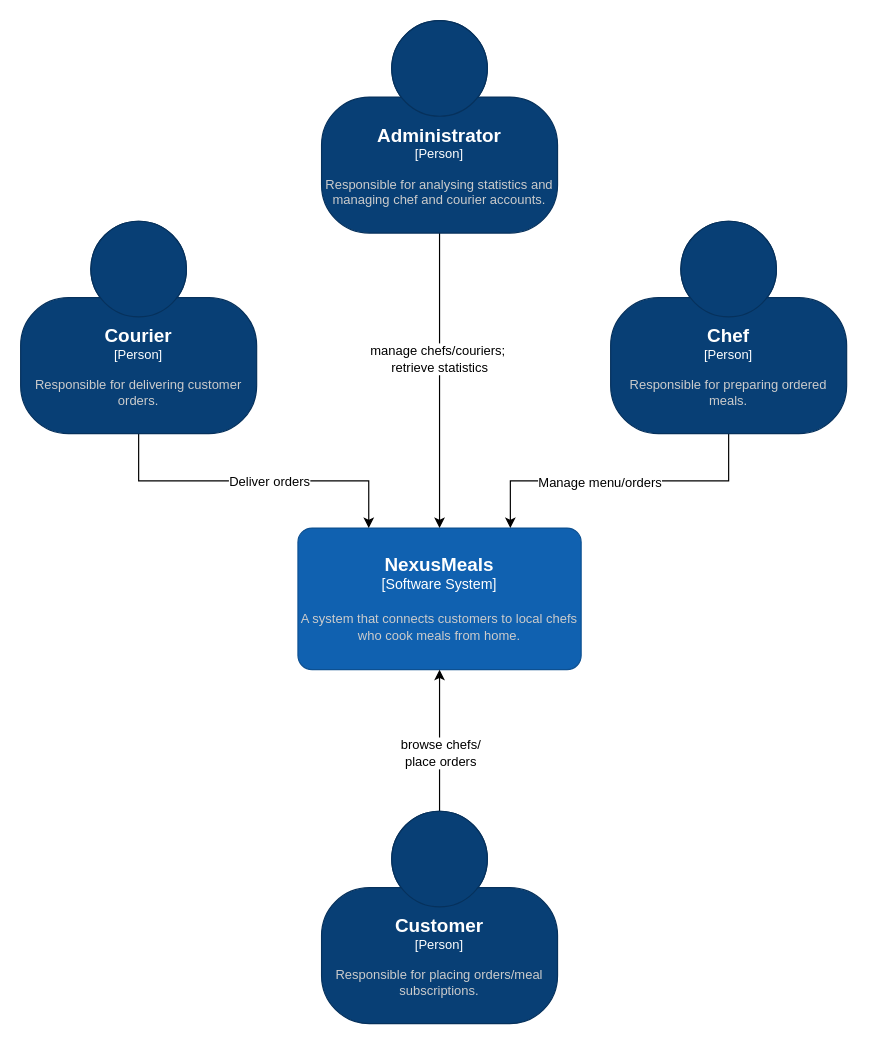
Before: page "C1" (1 of 18) of system-context.drawio in poolziee/NexusMeals-Docs, a draw.io diagram. Source tidied: cells renumbered, new cells numbered last; positions are measured from the earlier drawing's top-left corner, leaving out a move shared by most shapes. Both pictures are drawn from the tidied source at 118%, with x=0, y=0 at pixel (20, 20).
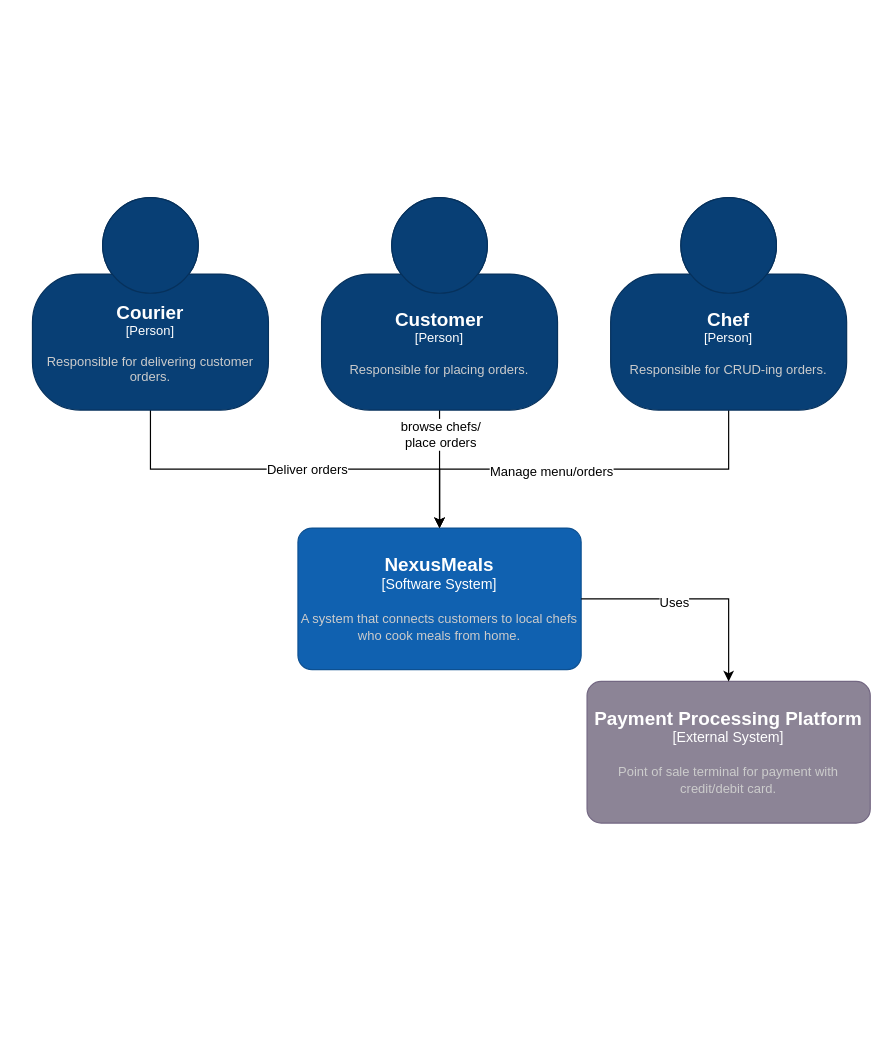
The same diagram, later.

Commit message (it also covers changes not shown here):
Add complete workflow over C2.

Unchanged cells that the change refers to:
```xml
<object id="2" label="&lt;font style=&quot;font-size: 16px&quot;&gt;&lt;b&gt;%c4Name%&lt;/b&gt;&lt;/font&gt;&lt;div&gt;[%c4Type%]&lt;/div&gt;&lt;br&gt;&lt;div&gt;&lt;font style=&quot;font-size: 11px&quot;&gt;&lt;font color=&quot;#cccccc&quot;&gt;%c4Description%&lt;/font&gt;&lt;/div&gt;" c4Description="A system that connects customers to local chefs who cook meals from home." c4Name="NexusMeals" c4Type="Software System" placeholders="1">
  <mxCell style="rounded=1;whiteSpace=wrap;html=1;labelBackgroundColor=none;fillColor=#1061B0;fontColor=#ffffff;align=center;arcSize=10;strokeColor=#0D5091;points=[[0.25,0,0],[0.5,0,0],[0.75,0,0],[1,0.25,0],[1,0.5,0],[1,0.75,0],[0.75,1,0],[0.5,1,0],[0.25,1,0],[0,0.75,0],[0,0.5,0],[0,0.25,0]];" parent="1" vertex="1">
    <mxGeometry x="235" y="430" width="240" height="120" as="geometry" />
  </mxCell>
</object>
```

What changed in the source:
```diff
@@
-    <mxCell id="3" style="edgeStyle=orthogonalEdgeStyle;rounded=0;jettySize=auto;html=1;exitX=0.5;exitY=0;exitDx=0;exitDy=0;exitPerimeter=0;entryX=0.5;entryY=1;entryDx=0;entryDy=0;entryPerimeter=0;" parent="1" edge="1" source="5" target="2">
+    <mxCell id="3" style="edgeStyle=orthogonalEdgeStyle;rounded=0;jettySize=auto;html=1;exitX=0.5;exitY=1;exitDx=0;exitDy=0;exitPerimeter=0;entryX=0.5;entryY=0;entryDx=0;entryDy=0;entryPerimeter=0;" parent="1" edge="1" source="5" target="2">
       <mxGeometry relative="1" as="geometry" />
     </mxCell>
     <mxCell id="4" value="browse chefs/&lt;br&gt;place orders" style="edgeLabel;html=1;align=center;verticalAlign=middle;" parent="3" vertex="1">
       <mxGeometry x="0.25" relative="1" as="geometry">
-        <mxPoint y="25" as="offset" />
+        <mxPoint y="-43" as="offset" />
       </mxGeometry>
     </mxCell>
-    <object id="5" label="&lt;font style=&quot;font-size: 16px&quot;&gt;&lt;b&gt;%c4Name%&lt;/b&gt;&lt;/font&gt;&lt;div&gt;[%c4Type%]&lt;/div&gt;&lt;br&gt;&lt;div&gt;&lt;font style=&quot;font-size: 11px&quot;&gt;&lt;font color=&quot;#cccccc&quot;&gt;%c4Description%&lt;/font&gt;&lt;/div&gt;" c4Description="Responsible for placing orders/meal subscriptions." c4Name="Customer" c4Type="Person" placeholders="1">
+    <object id="5" label="&lt;font style=&quot;font-size: 16px&quot;&gt;&lt;b&gt;%c4Name%&lt;/b&gt;&lt;/font&gt;&lt;div&gt;[%c4Type%]&lt;/div&gt;&lt;br&gt;&lt;div&gt;&lt;font style=&quot;font-size: 11px&quot;&gt;&lt;font color=&quot;#cccccc&quot;&gt;%c4Description%&lt;/font&gt;&lt;/div&gt;" c4Description="Responsible for placing orders." c4Name="Customer" c4Type="Person" placeholders="1">
       <mxCell style="html=1;fontSize=11;dashed=0;whiteSpace=wrap;fillColor=#083F75;strokeColor=#06315C;fontColor=#ffffff;shape=mxgraph.c4.person2;align=center;points=[[0.5,0,0],[1,0.5,0],[1,0.75,0],[0.75,1,0],[0.5,1,0],[0.25,1,0],[0,0.75,0],[0,0.5,0]];rounded=1;" parent="1" vertex="1">
-        <mxGeometry x="255" y="670" width="200" height="180" as="geometry" />
+        <mxGeometry x="255" y="150" width="200" height="180" as="geometry" />
       </mxCell>
     </object>
-    <mxCell id="6" style="edgeStyle=orthogonalEdgeStyle;rounded=0;jettySize=auto;html=1;exitX=0.5;exitY=1;exitDx=0;exitDy=0;exitPerimeter=0;entryX=0.25;entryY=0;entryDx=0;entryDy=0;entryPerimeter=0;" parent="1" edge="1" source="8" target="2">
+    <mxCell id="6" style="edgeStyle=orthogonalEdgeStyle;rounded=0;jettySize=auto;html=1;exitX=0.5;exitY=1;exitDx=0;exitDy=0;exitPerimeter=0;entryX=0.5;entryY=0;entryDx=0;entryDy=0;entryPerimeter=0;" parent="1" edge="1" source="8" target="2">
       <mxGeometry relative="1" as="geometry" />
     </mxCell>
@@
     <object id="8" label="&lt;font style=&quot;font-size: 16px&quot;&gt;&lt;b&gt;%c4Name%&lt;/b&gt;&lt;/font&gt;&lt;div&gt;[%c4Type%]&lt;/div&gt;&lt;br&gt;&lt;div&gt;&lt;font style=&quot;font-size: 11px&quot;&gt;&lt;font color=&quot;#cccccc&quot;&gt;%c4Description%&lt;/font&gt;&lt;/div&gt;" c4Description="Responsible for delivering customer orders." c4Name="Courier" c4Type="Person" placeholders="1">
       <mxCell style="html=1;fontSize=11;dashed=0;whiteSpace=wrap;fillColor=#083F75;strokeColor=#06315C;fontColor=#ffffff;shape=mxgraph.c4.person2;align=center;points=[[0.5,0,0],[1,0.5,0],[1,0.75,0],[0.75,1,0],[0.5,1,0],[0.25,1,0],[0,0.75,0],[0,0.5,0]];rounded=1;" parent="1" vertex="1">
-        <mxGeometry y="170" width="200" height="180" as="geometry" />
+        <mxGeometry x="10" y="150" width="200" height="180" as="geometry" />
       </mxCell>
     </object>
-    <mxCell id="9" style="edgeStyle=orthogonalEdgeStyle;rounded=0;jettySize=auto;html=1;exitX=0.5;exitY=1;exitDx=0;exitDy=0;exitPerimeter=0;entryX=0.75;entryY=0;entryDx=0;entryDy=0;entryPerimeter=0;" parent="1" edge="1" source="11" target="2">
+    <mxCell id="9" style="edgeStyle=orthogonalEdgeStyle;rounded=0;jettySize=auto;html=1;exitX=0.5;exitY=1;exitDx=0;exitDy=0;exitPerimeter=0;entryX=0.5;entryY=0;entryDx=0;entryDy=0;entryPerimeter=0;" parent="1" edge="1" source="11" target="2">
       <mxGeometry relative="1" as="geometry" />
     </mxCell>
@@
-    <object id="11" label="&lt;font style=&quot;font-size: 16px&quot;&gt;&lt;b&gt;%c4Name%&lt;/b&gt;&lt;/font&gt;&lt;div&gt;[%c4Type%]&lt;/div&gt;&lt;br&gt;&lt;div&gt;&lt;font style=&quot;font-size: 11px&quot;&gt;&lt;font color=&quot;#cccccc&quot;&gt;%c4Description%&lt;/font&gt;&lt;/div&gt;" c4Description="Responsible for preparing ordered meals." c4Name="Chef" c4Type="Person" placeholders="1">
+    <object id="11" label="&lt;font style=&quot;font-size: 16px&quot;&gt;&lt;b&gt;%c4Name%&lt;/b&gt;&lt;/font&gt;&lt;div&gt;[%c4Type%]&lt;/div&gt;&lt;br&gt;&lt;div&gt;&lt;font style=&quot;font-size: 11px&quot;&gt;&lt;font color=&quot;#cccccc&quot;&gt;%c4Description%&lt;/font&gt;&lt;/div&gt;" c4Description="Responsible for CRUD-ing orders." c4Name="Chef" c4Type="Person" placeholders="1">
       <mxCell style="html=1;fontSize=11;dashed=0;whiteSpace=wrap;fillColor=#083F75;strokeColor=#06315C;fontColor=#ffffff;shape=mxgraph.c4.person2;align=center;points=[[0.5,0,0],[1,0.5,0],[1,0.75,0],[0.75,1,0],[0.5,1,0],[0.25,1,0],[0,0.75,0],[0,0.5,0]];rounded=1;" parent="1" vertex="1">
-        <mxGeometry x="500" y="170" width="200" height="180" as="geometry" />
+        <mxGeometry x="500" y="150" width="200" height="180" as="geometry" />
       </mxCell>
     </object>
-    <mxCell id="12" style="edgeStyle=orthogonalEdgeStyle;rounded=0;jettySize=auto;html=1;exitX=0.5;exitY=1;exitDx=0;exitDy=0;exitPerimeter=0;entryX=0.5;entryY=0;entryDx=0;entryDy=0;entryPerimeter=0;" parent="1" edge="1" source="14" target="2">
-      <mxGeometry relative="1" as="geometry" />
-    </mxCell>
-    <mxCell id="13" value="manage chefs/couriers;&amp;nbsp;&lt;br&gt;retrieve statistics" style="edgeLabel;html=1;align=center;verticalAlign=middle;" parent="12" vertex="1">
-      <mxGeometry x="-0.15" y="-1" relative="1" as="geometry" />
-    </mxCell>
-    <object id="14" label="&lt;font style=&quot;font-size: 16px&quot;&gt;&lt;b&gt;%c4Name%&lt;/b&gt;&lt;/font&gt;&lt;div&gt;[%c4Type%]&lt;/div&gt;&lt;br&gt;&lt;div&gt;&lt;font style=&quot;font-size: 11px&quot;&gt;&lt;font color=&quot;#cccccc&quot;&gt;%c4Description%&lt;/font&gt;&lt;/div&gt;" c4Description="Responsible for analysing statistics and managing chef and courier accounts." c4Name="Administrator" c4Type="Person" placeholders="1">
-      <mxCell style="html=1;fontSize=11;dashed=0;whiteSpace=wrap;fillColor=#083F75;strokeColor=#06315C;fontColor=#ffffff;shape=mxgraph.c4.person2;align=center;points=[[0.5,0,0],[1,0.5,0],[1,0.75,0],[0.75,1,0],[0.5,1,0],[0.25,1,0],[0,0.75,0],[0,0.5,0]];rounded=1;" parent="1" vertex="1">
-        <mxGeometry x="255" width="200" height="180" as="geometry" />
-      </mxCell>
-    </object>
+    <object id="15" label="&lt;font style=&quot;font-size: 16px&quot;&gt;&lt;b&gt;%c4Name%&lt;/b&gt;&lt;/font&gt;&lt;div&gt;[%c4Type%]&lt;/div&gt;&lt;br&gt;&lt;div&gt;&lt;font style=&quot;font-size: 11px&quot;&gt;&lt;font color=&quot;#cccccc&quot;&gt;%c4Description%&lt;/font&gt;&lt;/div&gt;" c4Description="Point of sale terminal for payment with credit/debit card." c4Name="Payment Processing Platform" c4Type="External System" placeholders="1">
+      <mxCell style="rounded=1;whiteSpace=wrap;html=1;labelBackgroundColor=none;fillColor=#8C8496;fontColor=#ffffff;align=center;arcSize=10;strokeColor=#736782;points=[[0.25,0,0],[0.5,0,0],[0.75,0,0],[1,0.25,0],[1,0.5,0],[1,0.75,0],[0.75,1,0],[0.5,1,0],[0.25,1,0],[0,0.75,0],[0,0.5,0],[0,0.25,0]];" parent="1" vertex="1">
+        <mxGeometry x="480" y="560" width="240" height="120" as="geometry" />
+      </mxCell>
+    </object>
+    <mxCell id="16" style="edgeStyle=orthogonalEdgeStyle;rounded=0;jettySize=auto;html=1;exitX=1;exitY=0.5;exitDx=0;exitDy=0;exitPerimeter=0;entryX=0.5;entryY=0;entryDx=0;entryDy=0;entryPerimeter=0;" parent="1" edge="1" source="2" target="15">
+      <mxGeometry relative="1" as="geometry" />
+    </mxCell>
+    <mxCell id="17" value="Uses" style="edgeLabel;html=1;align=center;verticalAlign=middle;" parent="16" vertex="1">
+      <mxGeometry x="-0.2" y="-2" relative="1" as="geometry" />
+    </mxCell>
```
